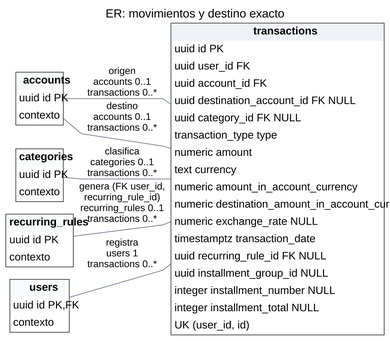
jeffreydtz/zarix keeps this Graphviz diagram as docs/tif/v2.28/figures/ER-CU001-Movimientos.png. Above is the earlier version. Its source is kept beside it as docs/tif/v2.28/diagramas/ER-CU001-Movimientos.dot. Its diagram source:
```dot
digraph G {
graph [rankdir=LR,bgcolor="white",fontname="Arial",pad="0.15",nodesep="0.32",ranksep="0.4",splines=polyline];
node [fontname="Arial",fontsize=20,shape=plain];
edge [fontname="Arial",fontsize=18,color="#475569",arrowsize=0.75];
label="ER: movimientos y destino exacto"; labelloc=t; fontsize=22;
transactions [label=<<TABLE BORDER="1" CELLBORDER="0" CELLSPACING="0" CELLPADDING="5"><TR><TD BGCOLOR="#eef2f6"><B>transactions</B></TD></TR><TR><TD ALIGN="LEFT">uuid id PK</TD></TR><TR><TD ALIGN="LEFT">uuid user_id FK</TD></TR><TR><TD ALIGN="LEFT">uuid account_id FK</TD></TR><TR><TD ALIGN="LEFT">uuid destination_account_id FK NULL</TD></TR><TR><TD ALIGN="LEFT">uuid category_id FK NULL</TD></TR><TR><TD ALIGN="LEFT">transaction_type type</TD></TR><TR><TD ALIGN="LEFT">numeric amount</TD></TR><TR><TD ALIGN="LEFT">text currency</TD></TR><TR><TD ALIGN="LEFT">numeric amount_in_account_currency</TD></TR><TR><TD ALIGN="LEFT">numeric destination_amount_in_account_currency NULL</TD></TR><TR><TD ALIGN="LEFT">numeric exchange_rate NULL</TD></TR><TR><TD ALIGN="LEFT">timestamptz transaction_date</TD></TR><TR><TD ALIGN="LEFT">uuid recurring_rule_id FK NULL</TD></TR><TR><TD ALIGN="LEFT">uuid installment_group_id NULL</TD></TR><TR><TD ALIGN="LEFT">integer installment_number NULL</TD></TR><TR><TD ALIGN="LEFT">integer installment_total NULL</TD></TR><TR><TD ALIGN="LEFT">UK (user_id, id)</TD></TR></TABLE>>];
accounts [label=<<TABLE BORDER="1" CELLBORDER="0" CELLSPACING="0" CELLPADDING="5"><TR><TD BGCOLOR="#f8fafc"><B>accounts</B></TD></TR><TR><TD ALIGN="LEFT">uuid id PK</TD></TR><TR><TD ALIGN="LEFT">contexto</TD></TR></TABLE>>];
categories [label=<<TABLE BORDER="1" CELLBORDER="0" CELLSPACING="0" CELLPADDING="5"><TR><TD BGCOLOR="#f8fafc"><B>categories</B></TD></TR><TR><TD ALIGN="LEFT">uuid id PK</TD></TR><TR><TD ALIGN="LEFT">contexto</TD></TR></TABLE>>];
recurring_rules [label=<<TABLE BORDER="1" CELLBORDER="0" CELLSPACING="0" CELLPADDING="5"><TR><TD BGCOLOR="#f8fafc"><B>recurring_rules</B></TD></TR><TR><TD ALIGN="LEFT">uuid id PK</TD></TR><TR><TD ALIGN="LEFT">contexto</TD></TR></TABLE>>];
users [label=<<TABLE BORDER="1" CELLBORDER="0" CELLSPACING="0" CELLPADDING="5"><TR><TD BGCOLOR="#f8fafc"><B>users</B></TD></TR><TR><TD ALIGN="LEFT">uuid id PK,FK</TD></TR><TR><TD ALIGN="LEFT">contexto</TD></TR></TABLE>>];
users -> transactions [dir=none,label="registra\nusers 1\ntransactions 0..*"];
accounts -> transactions [dir=none,label="origen\naccounts 0..1\ntransactions 0..*"];
accounts -> transactions [dir=none,label="destino\naccounts 0..1\ntransactions 0..*"];
categories -> transactions [dir=none,label="clasifica\ncategories 0..1\ntransactions 0..*"];
recurring_rules -> transactions [dir=none,label="genera (FK user_id,\nrecurring_rule_id)\nrecurring_rules 0..1\ntransactions 0..*"];
}
```
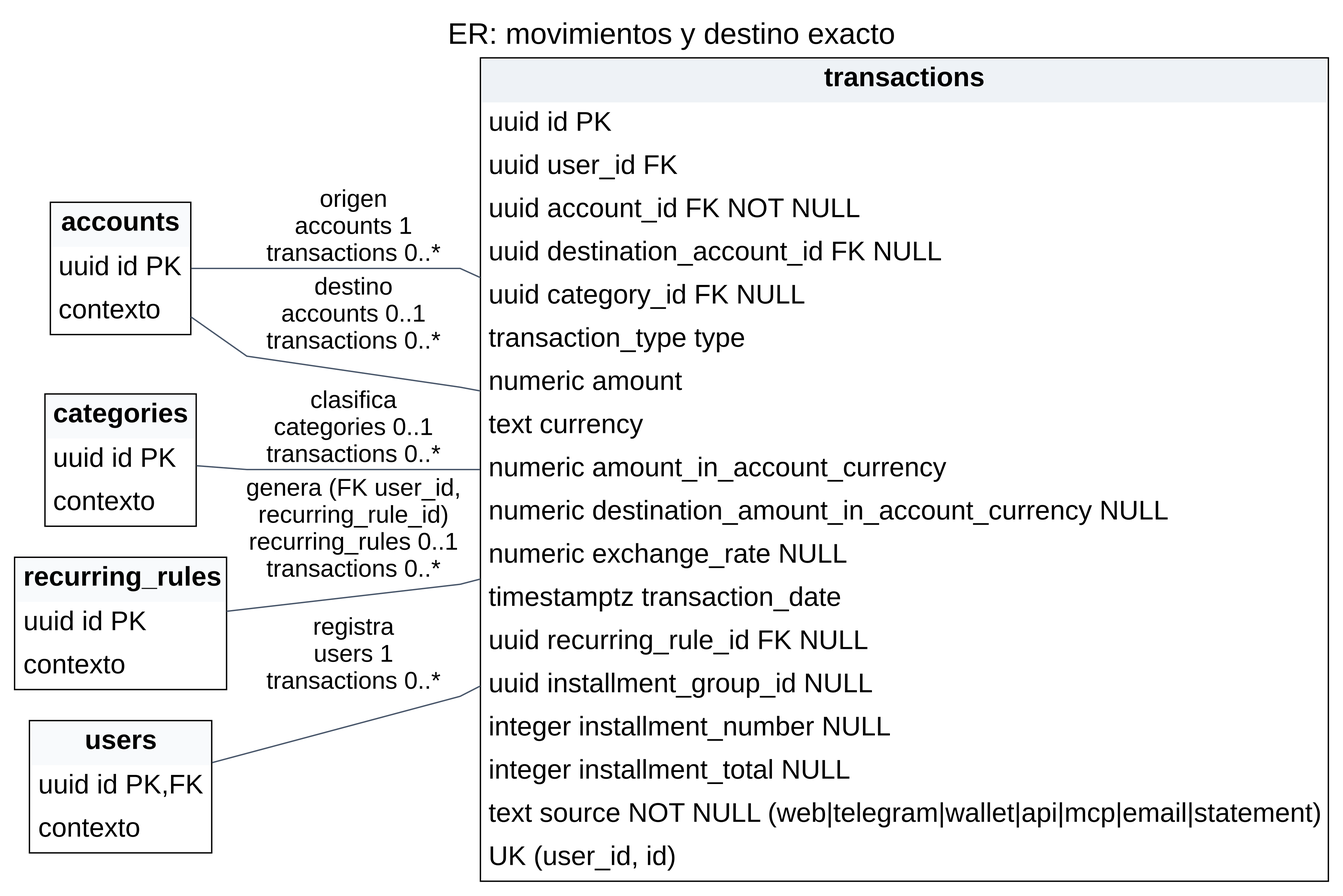
After the change.

What changed in the source:
```diff
@@ -3,13 +3,13 @@
 node [fontname="Arial",fontsize=20,shape=plain];
 edge [fontname="Arial",fontsize=18,color="#475569",arrowsize=0.75];
 label="ER: movimientos y destino exacto"; labelloc=t; fontsize=22;
-transactions [label=<<TABLE BORDER="1" CELLBORDER="0" CELLSPACING="0" CELLPADDING="5"><TR><TD BGCOLOR="#eef2f6"><B>transactions</B></TD></TR><TR><TD ALIGN="LEFT">uuid id PK</TD></TR><TR><TD ALIGN="LEFT">uuid user_id FK</TD></TR><TR><TD ALIGN="LEFT">uuid account_id FK</TD></TR><TR><TD ALIGN="LEFT">uuid destination_account_id FK NULL</TD></TR><TR><TD ALIGN="LEFT">uuid category_id FK NULL</TD></TR><TR><TD ALIGN="LEFT">transaction_type type</TD></TR><TR><TD ALIGN="LEFT">numeric amount</TD></TR><TR><TD ALIGN="LEFT">text currency</TD></TR><TR><TD ALIGN="LEFT">numeric amount_in_account_currency</TD></TR><TR><TD ALIGN="LEFT">numeric destination_amount_in_account_currency NULL</TD></TR><TR><TD ALIGN="LEFT">numeric exchange_rate NULL</TD></TR><TR><TD ALIGN="LEFT">timestamptz transaction_date</TD></TR><TR><TD ALIGN="LEFT">uuid recurring_rule_id FK NULL</TD></TR><TR><TD ALIGN="LEFT">uuid installment_group_id NULL</TD></TR><TR><TD ALIGN="LEFT">integer installment_number NULL</TD></TR><TR><TD ALIGN="LEFT">integer installment_total NULL</TD></TR><TR><TD ALIGN="LEFT">UK (user_id, id)</TD></TR></TABLE>>];
+transactions [label=<<TABLE BORDER="1" CELLBORDER="0" CELLSPACING="0" CELLPADDING="5"><TR><TD BGCOLOR="#eef2f6"><B>transactions</B></TD></TR><TR><TD ALIGN="LEFT">uuid id PK</TD></TR><TR><TD ALIGN="LEFT">uuid user_id FK</TD></TR><TR><TD ALIGN="LEFT">uuid account_id FK NOT NULL</TD></TR><TR><TD ALIGN="LEFT">uuid destination_account_id FK NULL</TD></TR><TR><TD ALIGN="LEFT">uuid category_id FK NULL</TD></TR><TR><TD ALIGN="LEFT">transaction_type type</TD></TR><TR><TD ALIGN="LEFT">numeric amount</TD></TR><TR><TD ALIGN="LEFT">text currency</TD></TR><TR><TD ALIGN="LEFT">numeric amount_in_account_currency</TD></TR><TR><TD ALIGN="LEFT">numeric destination_amount_in_account_currency NULL</TD></TR><TR><TD ALIGN="LEFT">numeric exchange_rate NULL</TD></TR><TR><TD ALIGN="LEFT">timestamptz transaction_date</TD></TR><TR><TD ALIGN="LEFT">uuid recurring_rule_id FK NULL</TD></TR><TR><TD ALIGN="LEFT">uuid installment_group_id NULL</TD></TR><TR><TD ALIGN="LEFT">integer installment_number NULL</TD></TR><TR><TD ALIGN="LEFT">integer installment_total NULL</TD></TR><TR><TD ALIGN="LEFT">text source NOT NULL (web|telegram|wallet|api|mcp|email|statement)</TD></TR><TR><TD ALIGN="LEFT">UK (user_id, id)</TD></TR></TABLE>>];
 accounts [label=<<TABLE BORDER="1" CELLBORDER="0" CELLSPACING="0" CELLPADDING="5"><TR><TD BGCOLOR="#f8fafc"><B>accounts</B></TD></TR><TR><TD ALIGN="LEFT">uuid id PK</TD></TR><TR><TD ALIGN="LEFT">contexto</TD></TR></TABLE>>];
 categories [label=<<TABLE BORDER="1" CELLBORDER="0" CELLSPACING="0" CELLPADDING="5"><TR><TD BGCOLOR="#f8fafc"><B>categories</B></TD></TR><TR><TD ALIGN="LEFT">uuid id PK</TD></TR><TR><TD ALIGN="LEFT">contexto</TD></TR></TABLE>>];
 recurring_rules [label=<<TABLE BORDER="1" CELLBORDER="0" CELLSPACING="0" CELLPADDING="5"><TR><TD BGCOLOR="#f8fafc"><B>recurring_rules</B></TD></TR><TR><TD ALIGN="LEFT">uuid id PK</TD></TR><TR><TD ALIGN="LEFT">contexto</TD></TR></TABLE>>];
 users [label=<<TABLE BORDER="1" CELLBORDER="0" CELLSPACING="0" CELLPADDING="5"><TR><TD BGCOLOR="#f8fafc"><B>users</B></TD></TR><TR><TD ALIGN="LEFT">uuid id PK,FK</TD></TR><TR><TD ALIGN="LEFT">contexto</TD></TR></TABLE>>];
 users -> transactions [dir=none,label="registra\nusers 1\ntransactions 0..*"];
-accounts -> transactions [dir=none,label="origen\naccounts 0..1\ntransactions 0..*"];
+accounts -> transactions [dir=none,label="origen\naccounts 1\ntransactions 0..*"];
 accounts -> transactions [dir=none,label="destino\naccounts 0..1\ntransactions 0..*"];
 categories -> transactions [dir=none,label="clasifica\ncategories 0..1\ntransactions 0..*"];
 recurring_rules -> transactions [dir=none,label="genera (FK user_id,\nrecurring_rule_id)\nrecurring_rules 0..1\ntransactions 0..*"];
```
